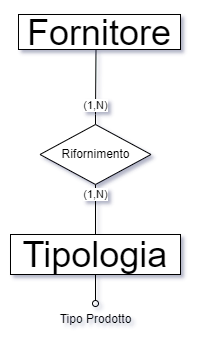
Before: 3)Progettazione logica/MODELLO ER con ELIMINAZIONE ATTRIBUTI MULTIVALORE.png, a diagram exported from draw.io (mikecostanzi/ProgettoBasiDati). Source tidied: cells renumbered, new cells last; positions are measured from the earlier drawing's top-left corner, leaving out a move shared by most shapes.
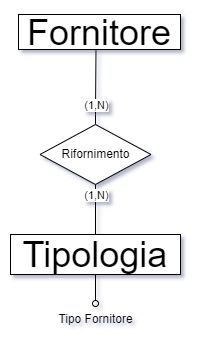
The same diagram one commit later.

Commit message:
Modificato il tipo prodotto in tipo fornitore

Change to the diagram source:
```diff
@@ -35,7 +35,7 @@
     <mxCell id="9" value="Rifornimento" style="shape=rhombus;perimeter=rhombusPerimeter;whiteSpace=wrap;html=1;align=center;" parent="1" vertex="1">
       <mxGeometry x="29.5" y="110" width="111" height="60" as="geometry" />
     </mxCell>
-    <mxCell id="10" value="Tipo Prodotto" style="text;html=1;align=center;verticalAlign=middle;points=[];strokeColor=none;fillColor=none;" parent="1" vertex="1">
+    <mxCell id="10" value="Tipo Fornitore" style="text;html=1;align=center;verticalAlign=middle;points=[];strokeColor=none;fillColor=none;" parent="1" vertex="1">
       <mxGeometry x="35" y="290" width="100" height="30" as="geometry" />
     </mxCell>
   </root>
```
